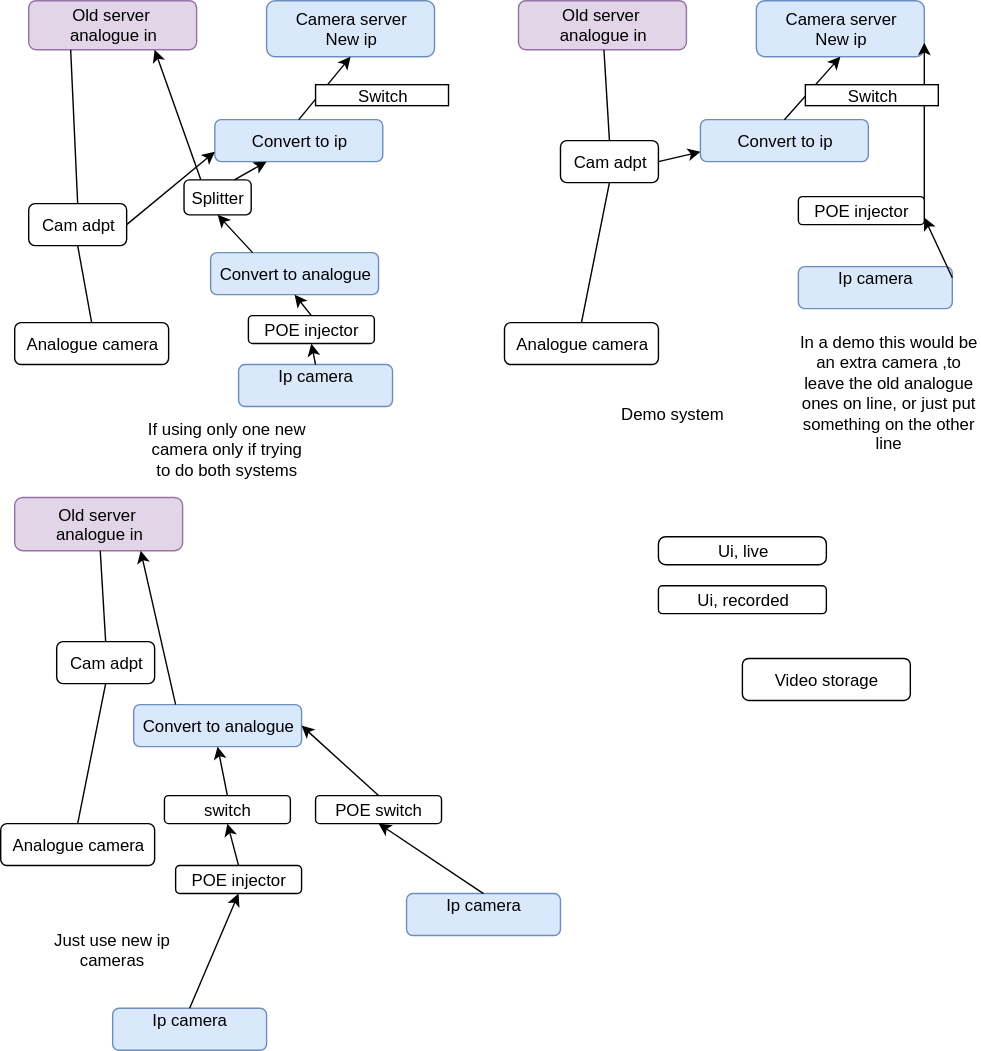
The draw.io diagram IdeaForCameraSystem.svg in RobinBoswellUK/DrawIO, before a commit. Source tidied: cells renumbered, new cells last; positions are measured from the earlier drawing's top-left corner, leaving out a move shared by most shapes.
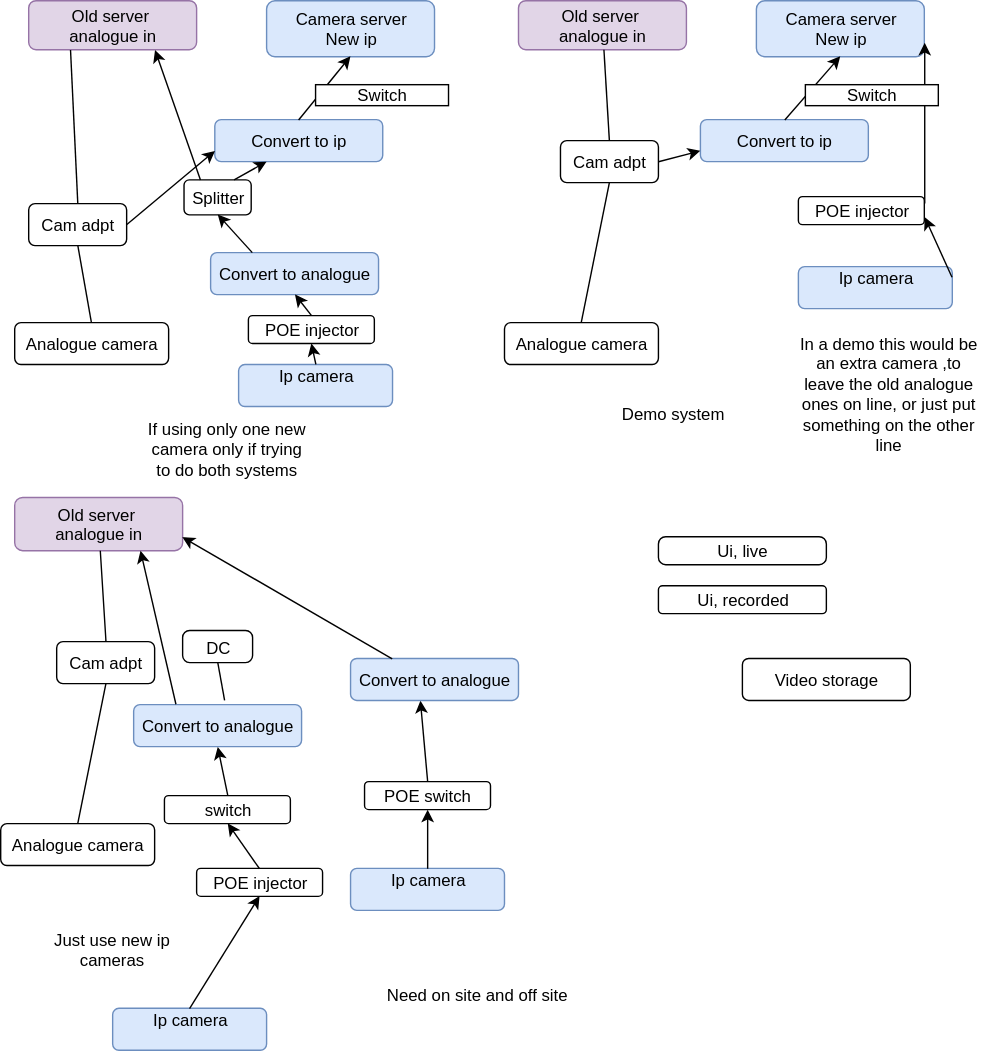
Later version of the same file.

Change to the diagram source:
```diff
@@ -141,7 +141,7 @@
       <mxGeometry x="20" y="653" width="120" height="50" as="geometry" />
     </mxCell>
     <mxCell id="48" value="POE injector" style="rounded=1;whiteSpace=wrap;html=1;" parent="1" vertex="1">
-      <mxGeometry x="125" y="618" width="90" height="20" as="geometry" />
+      <mxGeometry x="140" y="620" width="90" height="20" as="geometry" />
     </mxCell>
     <mxCell id="49" style="endArrow=classic;html=1;entryX=0.5;entryY=1;exitX=0.5;exitY=0;" parent="1" edge="1" source="38" target="48">
       <mxGeometry relative="1" as="geometry" />
@@ -158,15 +158,15 @@
       <mxGeometry relative="1" as="geometry" />
     </mxCell>
     <mxCell id="53" value="Ip camera&lt;div&gt;&lt;br&gt;&lt;/div&gt;" style="rounded=1;whiteSpace=wrap;html=1;fillColor=#dae8fc;strokeColor=#6c8ebf;" parent="1" vertex="1">
-      <mxGeometry x="290" y="638" width="110" height="30" as="geometry" />
+      <mxGeometry x="250" y="620" width="110" height="30" as="geometry" />
     </mxCell>
     <mxCell id="54" value="POE switch" style="rounded=1;whiteSpace=wrap;html=1;" parent="1" vertex="1">
-      <mxGeometry x="225" y="568" width="90" height="20" as="geometry" />
+      <mxGeometry x="260" y="558" width="90" height="20" as="geometry" />
     </mxCell>
     <mxCell id="55" style="endArrow=classic;html=1;entryX=0.5;entryY=1;exitX=0.5;exitY=0;" parent="1" edge="1" source="53" target="54">
       <mxGeometry relative="1" as="geometry" />
     </mxCell>
-    <mxCell id="56" style="endArrow=classic;html=1;entryX=1;entryY=0.5;exitX=0.5;exitY=0;" parent="1" edge="1" source="54" target="41">
+    <mxCell id="56" style="endArrow=classic;html=1;entryX=0.417;entryY=1;exitX=0.5;exitY=0;entryPerimeter=0;" parent="1" edge="1" source="54" target="62">
       <mxGeometry relative="1" as="geometry" />
     </mxCell>
     <mxCell id="57" value="switch" style="rounded=1;whiteSpace=wrap;html=1;" parent="1" vertex="1">
@@ -175,5 +175,22 @@
     <mxCell id="58" style="endArrow=classic;html=1;entryX=0.5;entryY=1;exitX=0.5;exitY=0;" parent="1" edge="1" source="48" target="57">
       <mxGeometry relative="1" as="geometry" />
     </mxCell>
+    <mxCell id="59" value="Need on site and off site" style="text;html=1;strokeColor=none;fillColor=none;align=center;verticalAlign=middle;whiteSpace=wrap;" parent="1" vertex="1">
+      <mxGeometry x="250" y="685" width="180" height="50" as="geometry" />
+    </mxCell>
+    <mxCell id="60" value="DC" style="rounded=1;whiteSpace=wrap;html=1;fillColor=none;gradientColor=none;arcSize=22;" parent="1" vertex="1">
+      <mxGeometry x="130" y="450" width="50" height="23" as="geometry" />
+    </mxCell>
+    <mxCell id="61" style="endArrow=none;html=1;entryX=0.5;entryY=1;" parent="1" edge="1" target="60">
+      <mxGeometry relative="1" as="geometry">
+        <mxPoint x="160" y="500" as="sourcePoint" />
+      </mxGeometry>
+    </mxCell>
+    <mxCell id="62" value="Convert to analogue" style="rounded=1;whiteSpace=wrap;html=1;fillColor=#dae8fc;strokeColor=#6c8ebf;" parent="1" vertex="1">
+      <mxGeometry x="250" y="470" width="120" height="30" as="geometry" />
+    </mxCell>
+    <mxCell id="63" style="endArrow=classic;html=1;entryX=1;entryY=0.75;exitX=0.25;exitY=0;" parent="1" edge="1" source="62" target="40">
+      <mxGeometry relative="1" as="geometry" />
+    </mxCell>
   </root>
 </mxGraphModel>
```
